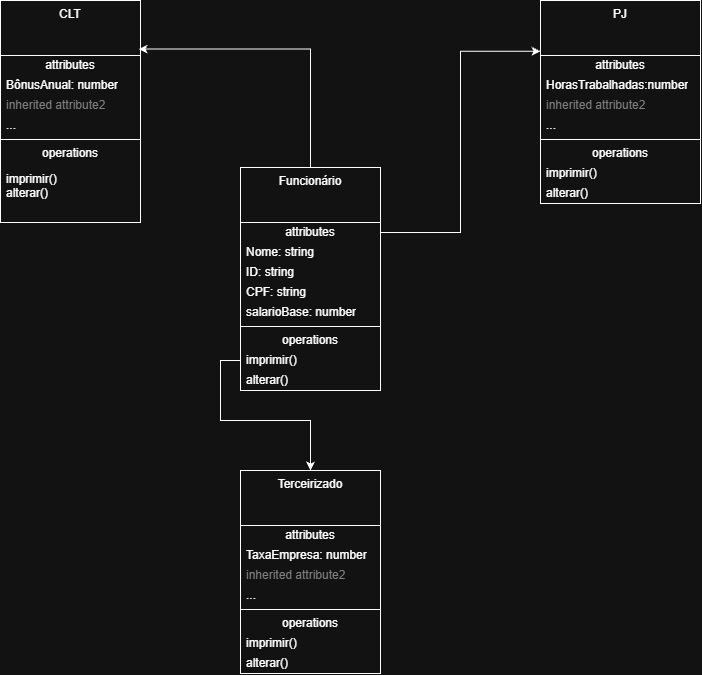
Before: ATV caio e miguel.drawio.png, a diagram exported from draw.io (MiguelFelixdeLimaBR/ATVs---Programa-o). Source tidied: cells renumbered, new cells last; positions are measured from the earlier drawing's top-left corner, leaving out a move shared by most shapes. Its diagram source:
```xml
<mxGraphModel>
  <root>
    <mxCell id="0" />
    <mxCell id="1" parent="0" />
    <mxCell id="2" value="CLT" style="swimlane;fontStyle=0;align=center;verticalAlign=top;horizontal=1;startSize=55;html=1;whiteSpace=wrap;" parent="1" vertex="1">
      <mxGeometry width="140" height="222" as="geometry" />
    </mxCell>
    <mxCell id="3" value="attributes" style="text;html=1;strokeColor=none;fillColor=none;align=center;verticalAlign=middle;spacingLeft=4;spacingRight=4;overflow=hidden;whiteSpace=wrap;" parent="2" vertex="1">
      <mxGeometry y="55" width="140" height="20" as="geometry" />
    </mxCell>
    <mxCell id="4" value="BônusAnual: number" style="text;html=1;strokeColor=none;fillColor=none;align=left;verticalAlign=middle;spacingLeft=4;spacingRight=4;overflow=hidden;whiteSpace=wrap;" parent="2" vertex="1">
      <mxGeometry y="75" width="140" height="20" as="geometry" />
    </mxCell>
    <mxCell id="5" value="inherited attribute2" style="text;html=1;strokeColor=none;fillColor=none;align=left;verticalAlign=middle;spacingLeft=4;spacingRight=4;overflow=hidden;fontColor=#808080;whiteSpace=wrap;" parent="2" vertex="1">
      <mxGeometry y="95" width="140" height="20" as="geometry" />
    </mxCell>
    <mxCell id="6" value="..." style="text;html=1;strokeColor=none;fillColor=none;align=left;verticalAlign=middle;spacingLeft=4;spacingRight=4;overflow=hidden;whiteSpace=wrap;" parent="2" vertex="1">
      <mxGeometry y="115" width="140" height="20" as="geometry" />
    </mxCell>
    <mxCell id="7" style="line;strokeWidth=1;fillColor=none;align=left;verticalAlign=middle;spacingTop=-1;spacingLeft=3;spacingRight=3;labelPosition=right;" parent="2" vertex="1">
      <mxGeometry y="135" width="140" height="8" as="geometry" />
    </mxCell>
    <mxCell id="8" value="operations" style="text;html=1;strokeColor=none;fillColor=none;align=center;verticalAlign=middle;spacingLeft=4;spacingRight=4;overflow=hidden;whiteSpace=wrap;" parent="2" vertex="1">
      <mxGeometry y="143" width="140" height="20" as="geometry" />
    </mxCell>
    <mxCell id="9" value="imprimir()&lt;div&gt;alterar()&lt;/div&gt;&lt;div&gt;&lt;br&gt;&lt;/div&gt;" style="text;html=1;strokeColor=none;fillColor=none;align=left;verticalAlign=middle;spacingLeft=4;spacingRight=4;overflow=hidden;whiteSpace=wrap;" parent="2" vertex="1">
      <mxGeometry y="163" width="140" height="59" as="geometry" />
    </mxCell>
    <mxCell id="10" value="PJ" style="swimlane;fontStyle=0;align=center;verticalAlign=top;horizontal=1;startSize=55;html=1;whiteSpace=wrap;" parent="1" vertex="1">
      <mxGeometry x="540" width="160" height="203" as="geometry" />
    </mxCell>
    <mxCell id="11" value="attributes" style="text;html=1;strokeColor=none;fillColor=none;align=center;verticalAlign=middle;spacingLeft=4;spacingRight=4;overflow=hidden;whiteSpace=wrap;" parent="10" vertex="1">
      <mxGeometry y="55" width="160" height="20" as="geometry" />
    </mxCell>
    <mxCell id="12" value="HorasTrabalhadas:number" style="text;html=1;strokeColor=none;fillColor=none;align=left;verticalAlign=middle;spacingLeft=4;spacingRight=4;overflow=hidden;whiteSpace=wrap;" parent="10" vertex="1">
      <mxGeometry y="75" width="160" height="20" as="geometry" />
    </mxCell>
    <mxCell id="13" value="inherited attribute2" style="text;html=1;strokeColor=none;fillColor=none;align=left;verticalAlign=middle;spacingLeft=4;spacingRight=4;overflow=hidden;fontColor=#808080;whiteSpace=wrap;" parent="10" vertex="1">
      <mxGeometry y="95" width="160" height="20" as="geometry" />
    </mxCell>
    <mxCell id="14" value="..." style="text;html=1;strokeColor=none;fillColor=none;align=left;verticalAlign=middle;spacingLeft=4;spacingRight=4;overflow=hidden;whiteSpace=wrap;" parent="10" vertex="1">
      <mxGeometry y="115" width="160" height="20" as="geometry" />
    </mxCell>
    <mxCell id="15" style="line;strokeWidth=1;fillColor=none;align=left;verticalAlign=middle;spacingTop=-1;spacingLeft=3;spacingRight=3;labelPosition=right;" parent="10" vertex="1">
      <mxGeometry y="135" width="160" height="8" as="geometry" />
    </mxCell>
    <mxCell id="16" value="operations" style="text;html=1;strokeColor=none;fillColor=none;align=center;verticalAlign=middle;spacingLeft=4;spacingRight=4;overflow=hidden;whiteSpace=wrap;" parent="10" vertex="1">
      <mxGeometry y="143" width="160" height="20" as="geometry" />
    </mxCell>
    <mxCell id="17" value="imprimir()" style="text;html=1;strokeColor=none;fillColor=none;align=left;verticalAlign=middle;spacingLeft=4;spacingRight=4;overflow=hidden;whiteSpace=wrap;" parent="10" vertex="1">
      <mxGeometry y="163" width="160" height="20" as="geometry" />
    </mxCell>
    <mxCell id="18" value="alterar()" style="text;html=1;strokeColor=none;fillColor=none;align=left;verticalAlign=middle;spacingLeft=4;spacingRight=4;overflow=hidden;whiteSpace=wrap;" parent="10" vertex="1">
      <mxGeometry y="183" width="160" height="20" as="geometry" />
    </mxCell>
    <mxCell id="19" value="Funcionário" style="swimlane;fontStyle=0;align=center;verticalAlign=top;horizontal=1;startSize=55;html=1;whiteSpace=wrap;" parent="1" vertex="1">
      <mxGeometry x="240" y="167" width="140" height="223" as="geometry" />
    </mxCell>
    <mxCell id="20" value="attributes" style="text;html=1;strokeColor=none;fillColor=none;align=center;verticalAlign=middle;spacingLeft=4;spacingRight=4;overflow=hidden;points=[[0,0.5],[1,0.5]];portConstraint=eastwest;whiteSpace=wrap;" parent="19" vertex="1">
      <mxGeometry y="55" width="140" height="20" as="geometry" />
    </mxCell>
    <mxCell id="21" value="Nome: string" style="text;html=1;strokeColor=none;fillColor=none;align=left;verticalAlign=middle;spacingLeft=4;spacingRight=4;overflow=hidden;whiteSpace=wrap;" parent="19" vertex="1">
      <mxGeometry y="75" width="140" height="20" as="geometry" />
    </mxCell>
    <mxCell id="22" value="ID: string" style="text;html=1;strokeColor=none;fillColor=none;align=left;verticalAlign=middle;spacingLeft=4;spacingRight=4;overflow=hidden;whiteSpace=wrap;" parent="19" vertex="1">
      <mxGeometry y="95" width="140" height="20" as="geometry" />
    </mxCell>
    <mxCell id="23" value="CPF: string" style="text;html=1;strokeColor=none;fillColor=none;align=left;verticalAlign=middle;spacingLeft=4;spacingRight=4;overflow=hidden;whiteSpace=wrap;" parent="19" vertex="1">
      <mxGeometry y="115" width="140" height="20" as="geometry" />
    </mxCell>
    <mxCell id="24" value="salarioBase: number" style="text;html=1;strokeColor=none;fillColor=none;align=left;verticalAlign=middle;spacingLeft=4;spacingRight=4;overflow=hidden;whiteSpace=wrap;" parent="19" vertex="1">
      <mxGeometry y="135" width="140" height="20" as="geometry" />
    </mxCell>
    <mxCell id="25" style="line;strokeWidth=1;fillColor=none;align=left;verticalAlign=middle;spacingTop=-1;spacingLeft=3;spacingRight=3;labelPosition=right;" parent="19" vertex="1">
      <mxGeometry y="155" width="140" height="8" as="geometry" />
    </mxCell>
    <mxCell id="26" value="operations" style="text;html=1;strokeColor=none;fillColor=none;align=center;verticalAlign=middle;spacingLeft=4;spacingRight=4;overflow=hidden;whiteSpace=wrap;" parent="19" vertex="1">
      <mxGeometry y="163" width="140" height="20" as="geometry" />
    </mxCell>
    <mxCell id="27" value="imprimir()" style="text;html=1;strokeColor=none;fillColor=none;align=left;verticalAlign=middle;spacingLeft=4;spacingRight=4;overflow=hidden;points=[[0,0.5],[1,0.5]];portConstraint=eastwest;whiteSpace=wrap;" parent="19" vertex="1">
      <mxGeometry y="183" width="140" height="20" as="geometry" />
    </mxCell>
    <mxCell id="28" value="alterar()" style="text;html=1;strokeColor=none;fillColor=none;align=left;verticalAlign=middle;spacingLeft=4;spacingRight=4;overflow=hidden;whiteSpace=wrap;" parent="19" vertex="1">
      <mxGeometry y="203" width="140" height="20" as="geometry" />
    </mxCell>
    <mxCell id="29" value="Terceirizado" style="swimlane;fontStyle=0;align=center;verticalAlign=top;horizontal=1;startSize=55;html=1;whiteSpace=wrap;" parent="1" vertex="1">
      <mxGeometry x="240" y="470" width="140" height="203" as="geometry" />
    </mxCell>
    <mxCell id="30" value="attributes" style="text;html=1;strokeColor=none;fillColor=none;align=center;verticalAlign=middle;spacingLeft=4;spacingRight=4;overflow=hidden;whiteSpace=wrap;" parent="29" vertex="1">
      <mxGeometry y="55" width="140" height="20" as="geometry" />
    </mxCell>
    <mxCell id="31" value="TaxaEmpresa: number" style="text;html=1;strokeColor=none;fillColor=none;align=left;verticalAlign=middle;spacingLeft=4;spacingRight=4;overflow=hidden;whiteSpace=wrap;" parent="29" vertex="1">
      <mxGeometry y="75" width="140" height="20" as="geometry" />
    </mxCell>
    <mxCell id="32" value="inherited attribute2" style="text;html=1;strokeColor=none;fillColor=none;align=left;verticalAlign=middle;spacingLeft=4;spacingRight=4;overflow=hidden;fontColor=#808080;whiteSpace=wrap;" parent="29" vertex="1">
      <mxGeometry y="95" width="140" height="20" as="geometry" />
    </mxCell>
    <mxCell id="33" value="..." style="text;html=1;strokeColor=none;fillColor=none;align=left;verticalAlign=middle;spacingLeft=4;spacingRight=4;overflow=hidden;whiteSpace=wrap;" parent="29" vertex="1">
      <mxGeometry y="115" width="140" height="20" as="geometry" />
    </mxCell>
    <mxCell id="34" style="line;strokeWidth=1;fillColor=none;align=left;verticalAlign=middle;spacingTop=-1;spacingLeft=3;spacingRight=3;labelPosition=right;" parent="29" vertex="1">
      <mxGeometry y="135" width="140" height="8" as="geometry" />
    </mxCell>
    <mxCell id="35" value="operations" style="text;html=1;strokeColor=none;fillColor=none;align=center;verticalAlign=middle;spacingLeft=4;spacingRight=4;overflow=hidden;whiteSpace=wrap;" parent="29" vertex="1">
      <mxGeometry y="143" width="140" height="20" as="geometry" />
    </mxCell>
    <mxCell id="36" value="imprimir()" style="text;html=1;strokeColor=none;fillColor=none;align=left;verticalAlign=middle;spacingLeft=4;spacingRight=4;overflow=hidden;whiteSpace=wrap;" parent="29" vertex="1">
      <mxGeometry y="163" width="140" height="20" as="geometry" />
    </mxCell>
    <mxCell id="37" value="alterar()" style="text;html=1;strokeColor=none;fillColor=none;align=left;verticalAlign=middle;spacingLeft=4;spacingRight=4;overflow=hidden;whiteSpace=wrap;" parent="29" vertex="1">
      <mxGeometry y="183" width="140" height="20" as="geometry" />
    </mxCell>
    <mxCell id="38" style="edgeStyle=orthogonalEdgeStyle;rounded=0;jettySize=auto;html=1;exitX=0.5;exitY=0;exitDx=0;exitDy=0;entryX=0.986;entryY=0.219;entryDx=0;entryDy=0;entryPerimeter=0;" parent="1" edge="1" source="19" target="2">
      <mxGeometry relative="1" as="geometry" />
    </mxCell>
    <mxCell id="39" style="edgeStyle=orthogonalEdgeStyle;rounded=0;jettySize=auto;html=1;exitX=1;exitY=0.5;exitDx=0;exitDy=0;entryX=0;entryY=0.25;entryDx=0;entryDy=0;" parent="1" edge="1" source="20" target="10">
      <mxGeometry relative="1" as="geometry" />
    </mxCell>
    <mxCell id="40" style="edgeStyle=orthogonalEdgeStyle;rounded=0;jettySize=auto;html=1;exitX=0;exitY=0.5;exitDx=0;exitDy=0;entryX=0.5;entryY=0;entryDx=0;entryDy=0;" parent="1" edge="1" source="27" target="29">
      <mxGeometry relative="1" as="geometry" />
    </mxCell>
  </root>
</mxGraphModel>
```
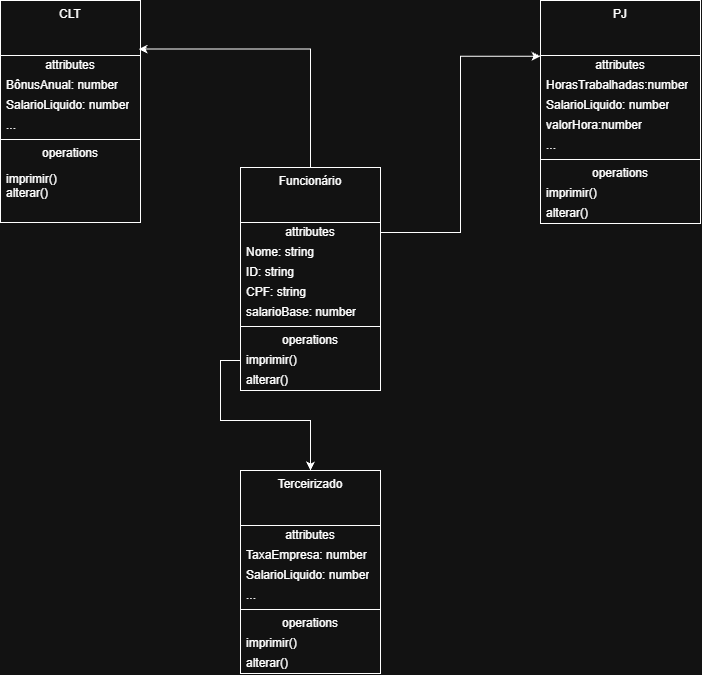
Above is the later version.

The edit, as a diff of the source:
```diff
@@ -11,9 +11,9 @@
     <mxCell id="4" value="BônusAnual: number" style="text;html=1;strokeColor=none;fillColor=none;align=left;verticalAlign=middle;spacingLeft=4;spacingRight=4;overflow=hidden;whiteSpace=wrap;" parent="2" vertex="1">
       <mxGeometry y="75" width="140" height="20" as="geometry" />
     </mxCell>
-    <mxCell id="5" value="inherited attribute2" style="text;html=1;strokeColor=none;fillColor=none;align=left;verticalAlign=middle;spacingLeft=4;spacingRight=4;overflow=hidden;fontColor=#808080;whiteSpace=wrap;" parent="2" vertex="1">
-      <mxGeometry y="95" width="140" height="20" as="geometry" />
-    </mxCell>
+    <mxCell id="41" value="SalarioLiquido: number" style="text;html=1;strokeColor=none;fillColor=none;align=left;verticalAlign=middle;spacingLeft=4;spacingRight=4;overflow=hidden;whiteSpace=wrap;" parent="2" vertex="1">
+      <mxGeometry y="95" width="140" height="20" as="geometry" />
+    </mxCell>
     <mxCell id="6" value="..." style="text;html=1;strokeColor=none;fillColor=none;align=left;verticalAlign=middle;spacingLeft=4;spacingRight=4;overflow=hidden;whiteSpace=wrap;" parent="2" vertex="1">
       <mxGeometry y="115" width="140" height="20" as="geometry" />
     </mxCell>
@@ -27,7 +27,7 @@
       <mxGeometry y="163" width="140" height="59" as="geometry" />
     </mxCell>
     <mxCell id="10" value="PJ" style="swimlane;fontStyle=0;align=center;verticalAlign=top;horizontal=1;startSize=55;html=1;whiteSpace=wrap;" parent="1" vertex="1">
-      <mxGeometry x="540" width="160" height="203" as="geometry" />
+      <mxGeometry x="540" width="160" height="223" as="geometry" />
     </mxCell>
     <mxCell id="11" value="attributes" style="text;html=1;strokeColor=none;fillColor=none;align=center;verticalAlign=middle;spacingLeft=4;spacingRight=4;overflow=hidden;whiteSpace=wrap;" parent="10" vertex="1">
       <mxGeometry y="55" width="160" height="20" as="geometry" />
@@ -35,23 +35,26 @@
     <mxCell id="12" value="HorasTrabalhadas:number" style="text;html=1;strokeColor=none;fillColor=none;align=left;verticalAlign=middle;spacingLeft=4;spacingRight=4;overflow=hidden;whiteSpace=wrap;" parent="10" vertex="1">
       <mxGeometry y="75" width="160" height="20" as="geometry" />
     </mxCell>
-    <mxCell id="13" value="inherited attribute2" style="text;html=1;strokeColor=none;fillColor=none;align=left;verticalAlign=middle;spacingLeft=4;spacingRight=4;overflow=hidden;fontColor=#808080;whiteSpace=wrap;" parent="10" vertex="1">
-      <mxGeometry y="95" width="160" height="20" as="geometry" />
-    </mxCell>
+    <mxCell id="42" value="SalarioLiquido: number" style="text;html=1;strokeColor=none;fillColor=none;align=left;verticalAlign=middle;spacingLeft=4;spacingRight=4;overflow=hidden;whiteSpace=wrap;" parent="10" vertex="1">
+      <mxGeometry y="95" width="160" height="20" as="geometry" />
+    </mxCell>
+    <mxCell id="43" value="valorHora:number" style="text;html=1;strokeColor=none;fillColor=none;align=left;verticalAlign=middle;spacingLeft=4;spacingRight=4;overflow=hidden;whiteSpace=wrap;" parent="10" vertex="1">
+      <mxGeometry y="115" width="160" height="20" as="geometry" />
+    </mxCell>
     <mxCell id="14" value="..." style="text;html=1;strokeColor=none;fillColor=none;align=left;verticalAlign=middle;spacingLeft=4;spacingRight=4;overflow=hidden;whiteSpace=wrap;" parent="10" vertex="1">
-      <mxGeometry y="115" width="160" height="20" as="geometry" />
+      <mxGeometry y="135" width="160" height="20" as="geometry" />
     </mxCell>
     <mxCell id="15" style="line;strokeWidth=1;fillColor=none;align=left;verticalAlign=middle;spacingTop=-1;spacingLeft=3;spacingRight=3;labelPosition=right;" parent="10" vertex="1">
-      <mxGeometry y="135" width="160" height="8" as="geometry" />
+      <mxGeometry y="155" width="160" height="8" as="geometry" />
     </mxCell>
     <mxCell id="16" value="operations" style="text;html=1;strokeColor=none;fillColor=none;align=center;verticalAlign=middle;spacingLeft=4;spacingRight=4;overflow=hidden;whiteSpace=wrap;" parent="10" vertex="1">
-      <mxGeometry y="143" width="160" height="20" as="geometry" />
+      <mxGeometry y="163" width="160" height="20" as="geometry" />
     </mxCell>
     <mxCell id="17" value="imprimir()" style="text;html=1;strokeColor=none;fillColor=none;align=left;verticalAlign=middle;spacingLeft=4;spacingRight=4;overflow=hidden;whiteSpace=wrap;" parent="10" vertex="1">
-      <mxGeometry y="163" width="160" height="20" as="geometry" />
+      <mxGeometry y="183" width="160" height="20" as="geometry" />
     </mxCell>
     <mxCell id="18" value="alterar()" style="text;html=1;strokeColor=none;fillColor=none;align=left;verticalAlign=middle;spacingLeft=4;spacingRight=4;overflow=hidden;whiteSpace=wrap;" parent="10" vertex="1">
-      <mxGeometry y="183" width="160" height="20" as="geometry" />
+      <mxGeometry y="203" width="160" height="20" as="geometry" />
     </mxCell>
     <mxCell id="19" value="Funcionário" style="swimlane;fontStyle=0;align=center;verticalAlign=top;horizontal=1;startSize=55;html=1;whiteSpace=wrap;" parent="1" vertex="1">
       <mxGeometry x="240" y="167" width="140" height="223" as="geometry" />
@@ -92,9 +95,9 @@
     <mxCell id="31" value="TaxaEmpresa: number" style="text;html=1;strokeColor=none;fillColor=none;align=left;verticalAlign=middle;spacingLeft=4;spacingRight=4;overflow=hidden;whiteSpace=wrap;" parent="29" vertex="1">
       <mxGeometry y="75" width="140" height="20" as="geometry" />
     </mxCell>
-    <mxCell id="32" value="inherited attribute2" style="text;html=1;strokeColor=none;fillColor=none;align=left;verticalAlign=middle;spacingLeft=4;spacingRight=4;overflow=hidden;fontColor=#808080;whiteSpace=wrap;" parent="29" vertex="1">
-      <mxGeometry y="95" width="140" height="20" as="geometry" />
-    </mxCell>
+    <mxCell id="44" value="SalarioLiquido: number" style="text;html=1;strokeColor=none;fillColor=none;align=left;verticalAlign=middle;spacingLeft=4;spacingRight=4;overflow=hidden;whiteSpace=wrap;" parent="29" vertex="1">
+      <mxGeometry y="95" width="140" height="20" as="geometry" />
+    </mxCell>
     <mxCell id="33" value="..." style="text;html=1;strokeColor=none;fillColor=none;align=left;verticalAlign=middle;spacingLeft=4;spacingRight=4;overflow=hidden;whiteSpace=wrap;" parent="29" vertex="1">
       <mxGeometry y="115" width="140" height="20" as="geometry" />
     </mxCell>
```
